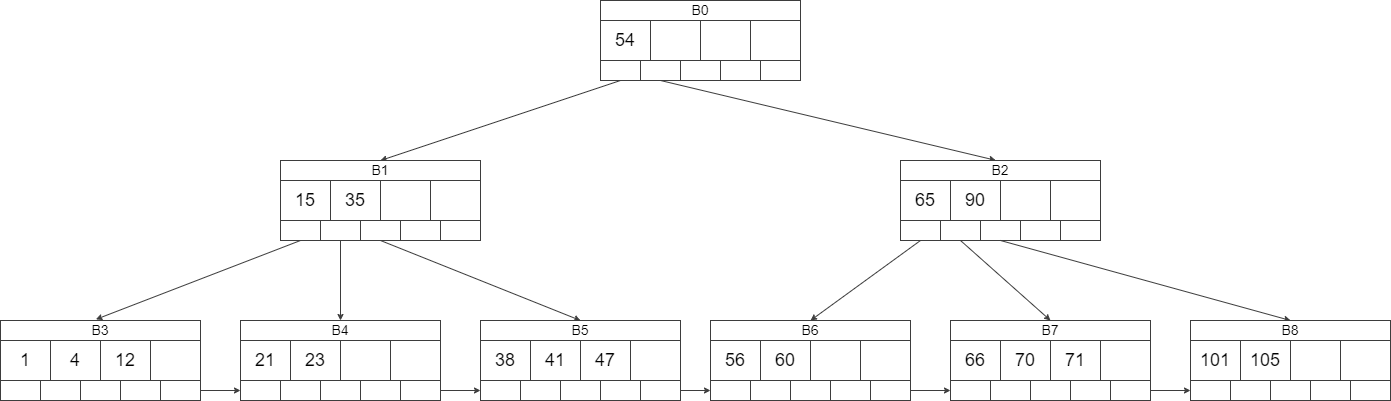
ZhuoruLi/gitdraw keeps this draw.io diagram as Copy of HW3.drawio.png. Above is the earlier version. Source tidied: cells renumbered, new cells last; positions are measured from the earlier drawing's top-left corner, leaving out a move shared by most shapes.
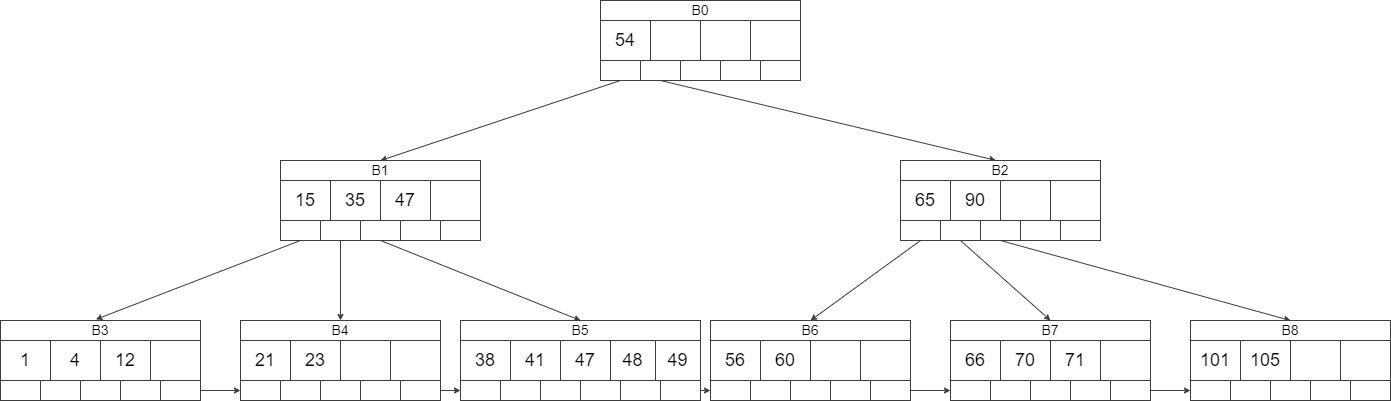
Above is the later version.

Change to the diagram source:
```diff
@@ -47,7 +47,7 @@
     <mxCell id="16" value="35" style="rounded=0;whiteSpace=wrap;html=1;hachureGap=4;strokeColor=#3D3D3D;fontSize=18;" parent="1" vertex="1">
       <mxGeometry x="330" y="180" width="50" height="40" as="geometry" />
     </mxCell>
-    <mxCell id="17" style="rounded=0;whiteSpace=wrap;html=1;hachureGap=4;strokeColor=#3D3D3D;fontSize=18;" parent="1" vertex="1">
+    <mxCell id="17" value="47" style="rounded=0;whiteSpace=wrap;html=1;hachureGap=4;strokeColor=#3D3D3D;fontSize=18;" parent="1" vertex="1">
       <mxGeometry x="380" y="180" width="50" height="40" as="geometry" />
     </mxCell>
     <mxCell id="18" style="rounded=0;whiteSpace=wrap;html=1;hachureGap=4;strokeColor=#3D3D3D;fontSize=18;" parent="1" vertex="1">
@@ -155,6 +155,9 @@
     <mxCell id="52" value="23" style="rounded=0;whiteSpace=wrap;html=1;hachureGap=4;strokeColor=#3D3D3D;fontSize=18;" parent="1" vertex="1">
       <mxGeometry x="290" y="340" width="50" height="40" as="geometry" />
     </mxCell>
+    <mxCell id="104" style="rounded=0;whiteSpace=wrap;html=1;hachureGap=4;strokeColor=#3D3D3D;fontSize=18;" parent="1" vertex="1">
+      <mxGeometry x="340" y="340" width="50" height="40" as="geometry" />
+    </mxCell>
     <mxCell id="53" style="rounded=0;whiteSpace=wrap;html=1;hachureGap=4;strokeColor=#3D3D3D;fontSize=18;" parent="1" vertex="1">
       <mxGeometry x="390" y="340" width="50" height="40" as="geometry" />
     </mxCell>
@@ -177,37 +180,37 @@
       <mxGeometry x="400" y="380" width="40" height="20" as="geometry" />
     </mxCell>
     <mxCell id="60" value="B5" style="rounded=0;whiteSpace=wrap;html=1;hachureGap=4;strokeColor=#3D3D3D;fontSize=14;" parent="1" vertex="1">
-      <mxGeometry x="480" y="320" width="200" height="20" as="geometry" />
+      <mxGeometry x="460" y="320" width="240" height="20" as="geometry" />
     </mxCell>
     <mxCell id="61" value="38" style="rounded=0;whiteSpace=wrap;html=1;hachureGap=4;strokeColor=#3D3D3D;fontSize=18;" parent="1" vertex="1">
-      <mxGeometry x="480" y="340" width="50" height="40" as="geometry" />
+      <mxGeometry x="460" y="340" width="50" height="40" as="geometry" />
     </mxCell>
     <mxCell id="62" value="41" style="rounded=0;whiteSpace=wrap;html=1;hachureGap=4;strokeColor=#3D3D3D;fontSize=18;" parent="1" vertex="1">
-      <mxGeometry x="530" y="340" width="50" height="40" as="geometry" />
+      <mxGeometry x="510" y="340" width="50" height="40" as="geometry" />
     </mxCell>
     <mxCell id="63" value="47" style="rounded=0;whiteSpace=wrap;html=1;hachureGap=4;strokeColor=#3D3D3D;fontSize=18;" parent="1" vertex="1">
-      <mxGeometry x="580" y="340" width="50" height="40" as="geometry" />
+      <mxGeometry x="560" y="340" width="50" height="40" as="geometry" />
     </mxCell>
-    <mxCell id="64" style="rounded=0;whiteSpace=wrap;html=1;hachureGap=4;strokeColor=#3D3D3D;fontSize=18;" parent="1" vertex="1">
-      <mxGeometry x="630" y="340" width="50" height="40" as="geometry" />
+    <mxCell id="64" value="48" style="rounded=0;whiteSpace=wrap;html=1;hachureGap=4;strokeColor=#3D3D3D;fontSize=18;" parent="1" vertex="1">
+      <mxGeometry x="610" y="340" width="45" height="40" as="geometry" />
     </mxCell>
     <mxCell id="65" style="rounded=0;whiteSpace=wrap;html=1;hachureGap=4;strokeColor=#3D3D3D;fontSize=18;" parent="1" vertex="1">
-      <mxGeometry x="480" y="380" width="40" height="20" as="geometry" />
+      <mxGeometry x="460" y="380" width="40" height="20" as="geometry" />
     </mxCell>
     <mxCell id="66" style="rounded=0;whiteSpace=wrap;html=1;hachureGap=4;strokeColor=#3D3D3D;fontSize=18;" parent="1" vertex="1">
-      <mxGeometry x="520" y="380" width="40" height="20" as="geometry" />
+      <mxGeometry x="500" y="380" width="40" height="20" as="geometry" />
     </mxCell>
     <mxCell id="67" style="rounded=0;whiteSpace=wrap;html=1;hachureGap=4;strokeColor=#3D3D3D;fontSize=18;" parent="1" vertex="1">
-      <mxGeometry x="560" y="380" width="40" height="20" as="geometry" />
+      <mxGeometry x="540" y="380" width="40" height="20" as="geometry" />
     </mxCell>
     <mxCell id="68" style="rounded=0;whiteSpace=wrap;html=1;hachureGap=4;strokeColor=#3D3D3D;fontSize=18;" parent="1" vertex="1">
-      <mxGeometry x="600" y="380" width="40" height="20" as="geometry" />
+      <mxGeometry x="580" y="380" width="40" height="20" as="geometry" />
     </mxCell>
     <mxCell id="69" style="edgeStyle=none;curved=1;rounded=0;jettySize=auto;html=1;exitX=1;exitY=0.5;exitDx=0;exitDy=0;entryX=0;entryY=0.5;entryDx=0;entryDy=0;endArrow=classic;endFill=1;startSize=0;endSize=4;sourcePerimeterSpacing=1;targetPerimeterSpacing=0;strokeWidth=1;strokeColor=#3D3D3D;fontSize=18;" parent="1" edge="1" source="70" target="76">
       <mxGeometry relative="1" as="geometry" />
     </mxCell>
     <mxCell id="70" style="rounded=0;whiteSpace=wrap;html=1;hachureGap=4;strokeColor=#3D3D3D;fontSize=18;" parent="1" vertex="1">
-      <mxGeometry x="640" y="380" width="40" height="20" as="geometry" />
+      <mxGeometry x="660" y="380" width="40" height="20" as="geometry" />
     </mxCell>
     <mxCell id="71" value="B6" style="rounded=0;whiteSpace=wrap;html=1;hachureGap=4;strokeColor=#3D3D3D;fontSize=14;" parent="1" vertex="1">
       <mxGeometry x="710" y="320" width="200" height="20" as="geometry" />
@@ -310,5 +313,11 @@
     <mxCell id="103" style="rounded=0;whiteSpace=wrap;html=1;hachureGap=4;strokeColor=#3D3D3D;fontSize=18;" parent="1" vertex="1">
       <mxGeometry x="1350" y="380" width="40" height="20" as="geometry" />
     </mxCell>
+    <mxCell id="105" style="rounded=0;whiteSpace=wrap;html=1;hachureGap=4;strokeColor=#3D3D3D;fontSize=18;" parent="1" vertex="1">
+      <mxGeometry x="620" y="380" width="40" height="20" as="geometry" />
+    </mxCell>
+    <mxCell id="106" value="49" style="rounded=0;whiteSpace=wrap;html=1;hachureGap=4;strokeColor=#3D3D3D;fontSize=18;" parent="1" vertex="1">
+      <mxGeometry x="655" y="340" width="45" height="40" as="geometry" />
+    </mxCell>
   </root>
 </mxGraphModel>
```
